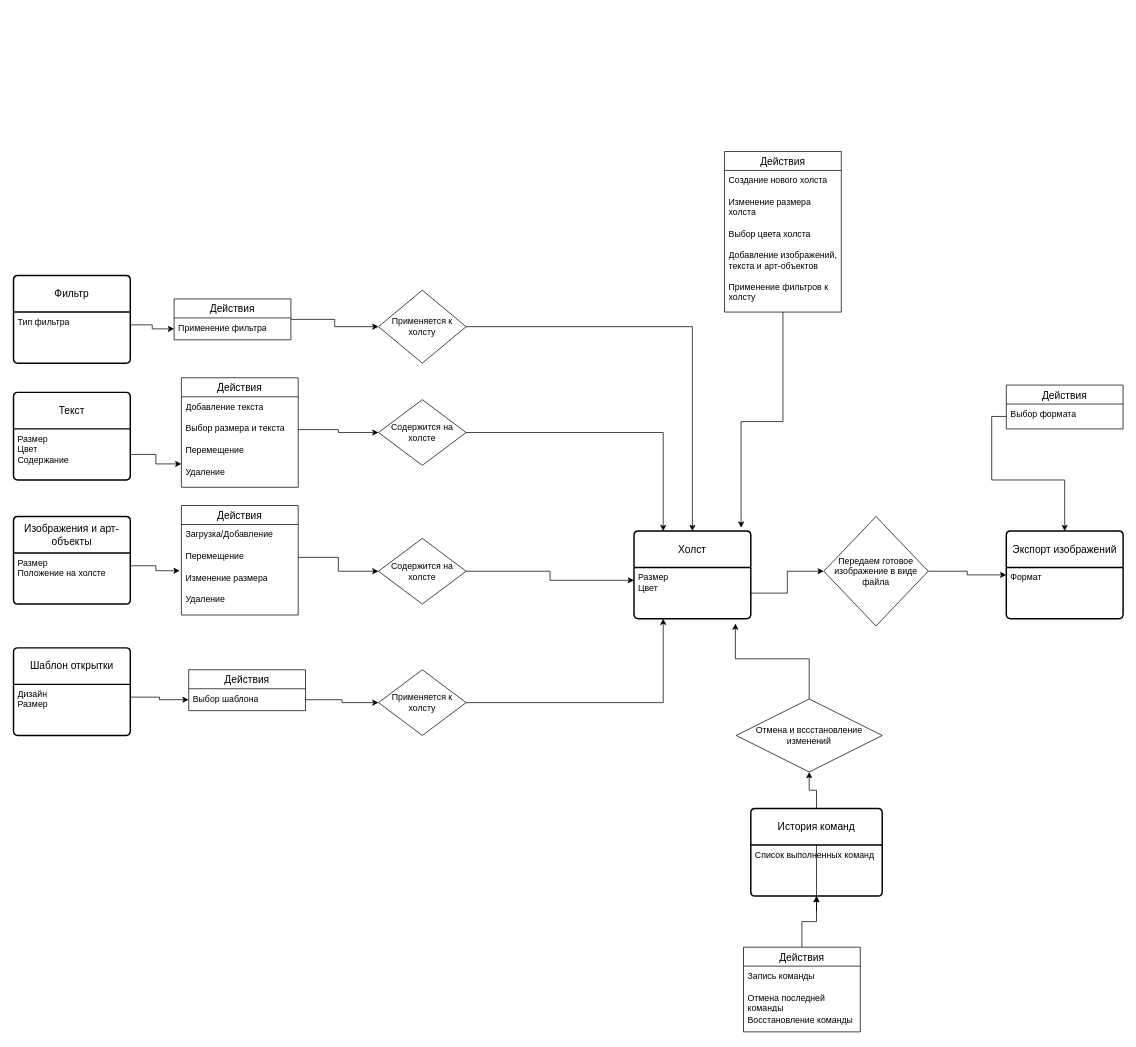
This is CardMaker.drawio from dulumdomdom/CardMaker, a draw.io file, before an edit. Source tidied: cells renumbered, new cells numbered last; positions are measured from the earlier drawing's top-left corner, leaving out a move shared by most shapes. Both pictures are drawn from the tidied source at 73%, with x=0, y=0 at pixel (13, 151).
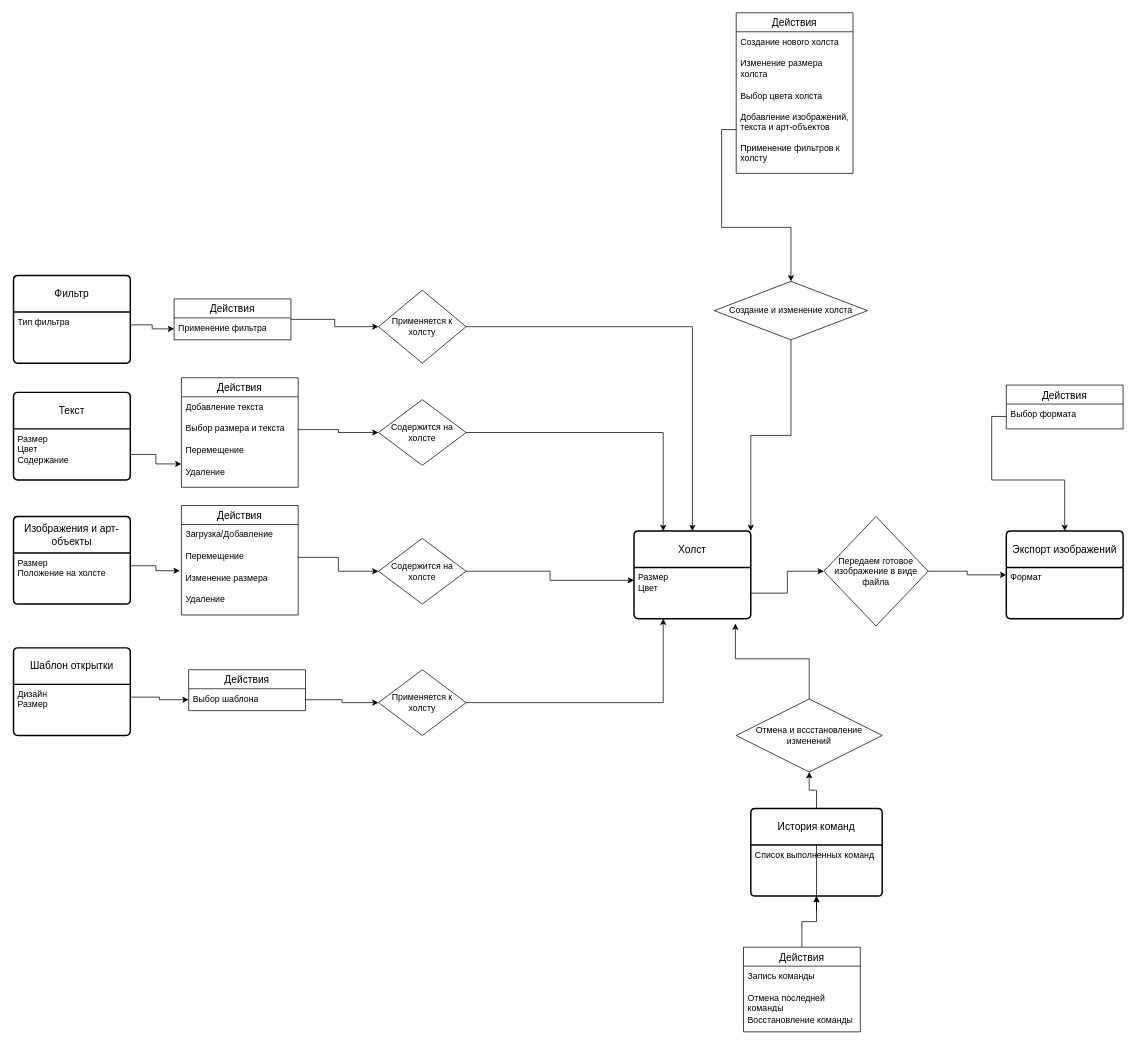
After the change.

Unchanged cells that the change refers to:
```xml
<mxCell id="3" value="Холст" style="swimlane;horizontal=1;startSize=50;rounded=1;fontSize=14;fontStyle=0;strokeWidth=2;shadow=0;dashed=0;align=center;arcSize=4;whiteSpace=wrap;html=1;" parent="1" vertex="1">
  <mxGeometry x="850" y="520" width="160" height="120" as="geometry" />
</mxCell>
<mxCell id="54" value="Выбор цвета холста&lt;br&gt;&lt;br&gt;Добавление изображений, текста и арт-объектов&lt;br&gt;&lt;br&gt;Применение фильтров к холсту" style="text;strokeColor=none;fillColor=none;spacingLeft=4;spacingRight=4;overflow=hidden;points=[[0,0.5],[1,0.5]];portConstraint=eastwest;fontSize=12;whiteSpace=wrap;html=1;" parent="51" vertex="1">
  <mxGeometry y="100" width="160" height="120" as="geometry" />
</mxCell>
```

What changed in the source:
```diff
@@
-    <mxCell id="50" style="edgeStyle=orthogonalEdgeStyle;rounded=0;jettySize=auto;html=1;entryX=0.917;entryY=-0.038;entryDx=0;entryDy=0;entryPerimeter=0;" parent="1" edge="1" source="51" target="3">
-      <mxGeometry relative="1" as="geometry" />
-    </mxCell>
     <mxCell id="51" value="Действия" style="swimlane;fontStyle=0;horizontal=1;startSize=26;align=center;fontSize=14;" parent="1" vertex="1">
-      <mxGeometry x="974" width="160" height="220" as="geometry" />
+      <mxGeometry x="990" y="-190" width="160" height="220" as="geometry" />
     </mxCell>
@@
+    <mxCell id="64" style="edgeStyle=orthogonalEdgeStyle;rounded=0;jettySize=auto;html=1;entryX=1;entryY=0;entryDx=0;entryDy=0;" parent="1" edge="1" source="65" target="3">
+      <mxGeometry relative="1" as="geometry" />
+    </mxCell>
+    <mxCell id="65" value="Создание и изменение холста" style="rhombus;whiteSpace=wrap;html=1;" parent="1" vertex="1">
+      <mxGeometry x="960" y="178" width="210" height="80" as="geometry" />
+    </mxCell>
+    <mxCell id="66" style="edgeStyle=orthogonalEdgeStyle;rounded=0;jettySize=auto;html=1;entryX=0.5;entryY=0;entryDx=0;entryDy=0;" parent="1" edge="1" source="54" target="65">
+      <mxGeometry relative="1" as="geometry" />
+    </mxCell>
```
